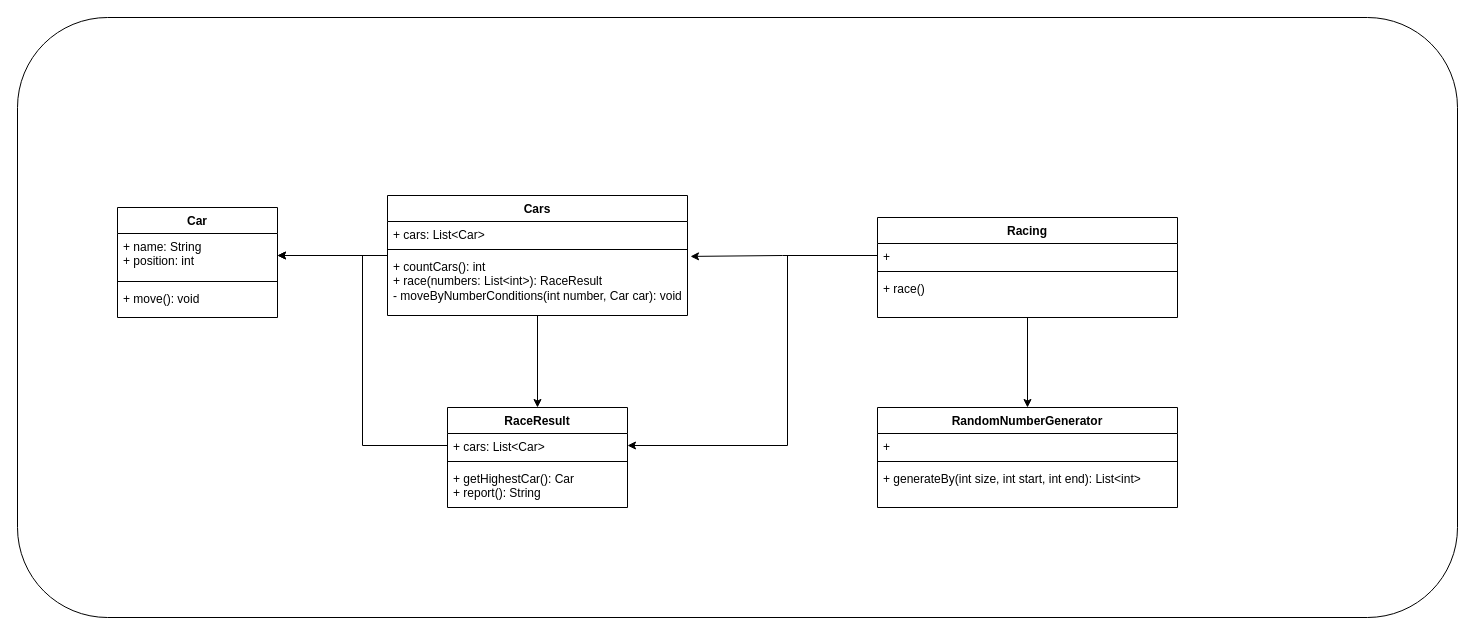
Earlier version of the draw.io diagram racingcar.drawio (gonza-st/racingcar-playground). Source tidied: cells renumbered, new cells numbered last; positions are measured from the earlier drawing's top-left corner, leaving out a move shared by most shapes. Both pictures are drawn from the tidied source at 100%, with x=0, y=0 at pixel (17, 17).
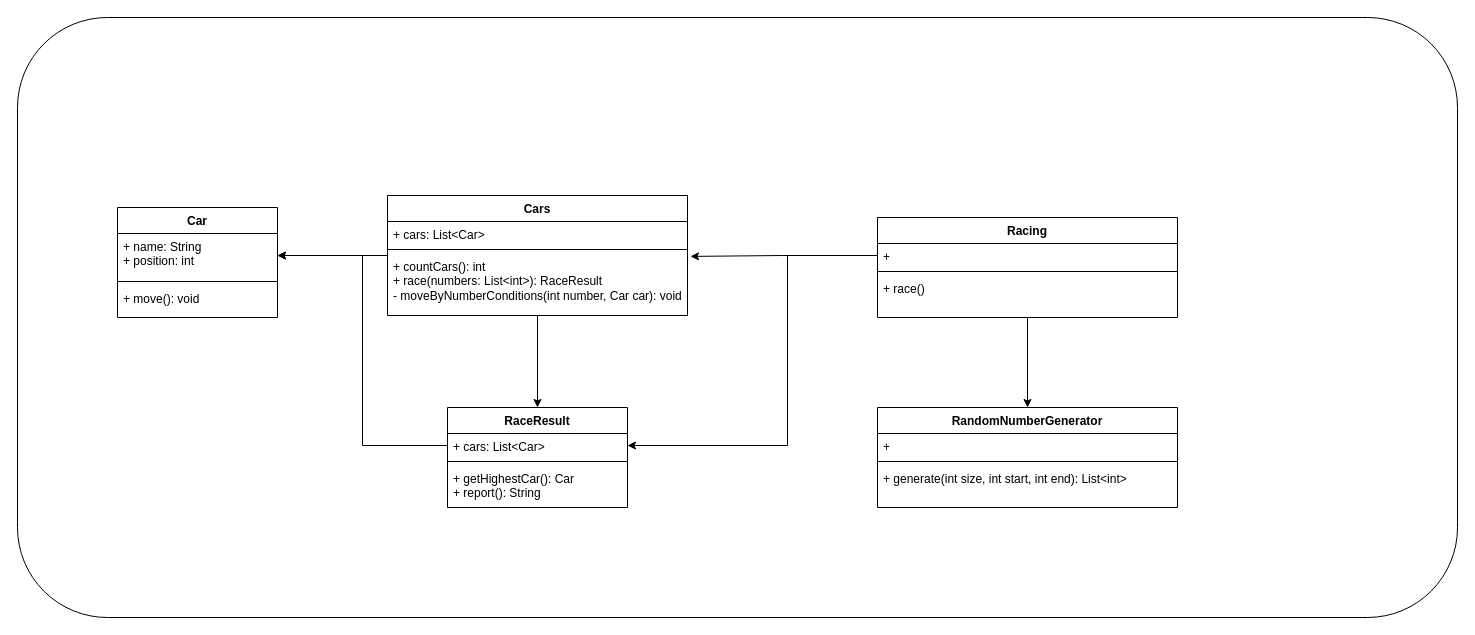
The same page after the edit.

The change refers to these unchanged cells:
```xml
<mxCell id="18" value="RandomNumberGenerator" style="swimlane;fontStyle=1;align=center;verticalAlign=top;horizontal=1;startSize=26;whiteSpace=wrap;html=1;" parent="1" vertex="1">
  <mxGeometry x="860" y="390" width="300" height="100" as="geometry" />
</mxCell>
```

Diff of the diagram source:
```diff
@@
-    <mxCell id="21" value="+ generateBy(int size, int start, int end): List&amp;lt;int&amp;gt;" style="text;strokeColor=none;fillColor=none;align=left;verticalAlign=top;spacingLeft=4;spacingRight=4;overflow=hidden;whiteSpace=wrap;html=1;" parent="18" vertex="1">
+    <mxCell id="21" value="+ generate(int size, int start, int end): List&amp;lt;int&amp;gt;" style="text;strokeColor=none;fillColor=none;align=left;verticalAlign=top;spacingLeft=4;spacingRight=4;overflow=hidden;whiteSpace=wrap;html=1;" parent="18" vertex="1">
       <mxGeometry y="58" width="300" height="42" as="geometry" />
     </mxCell>
```
